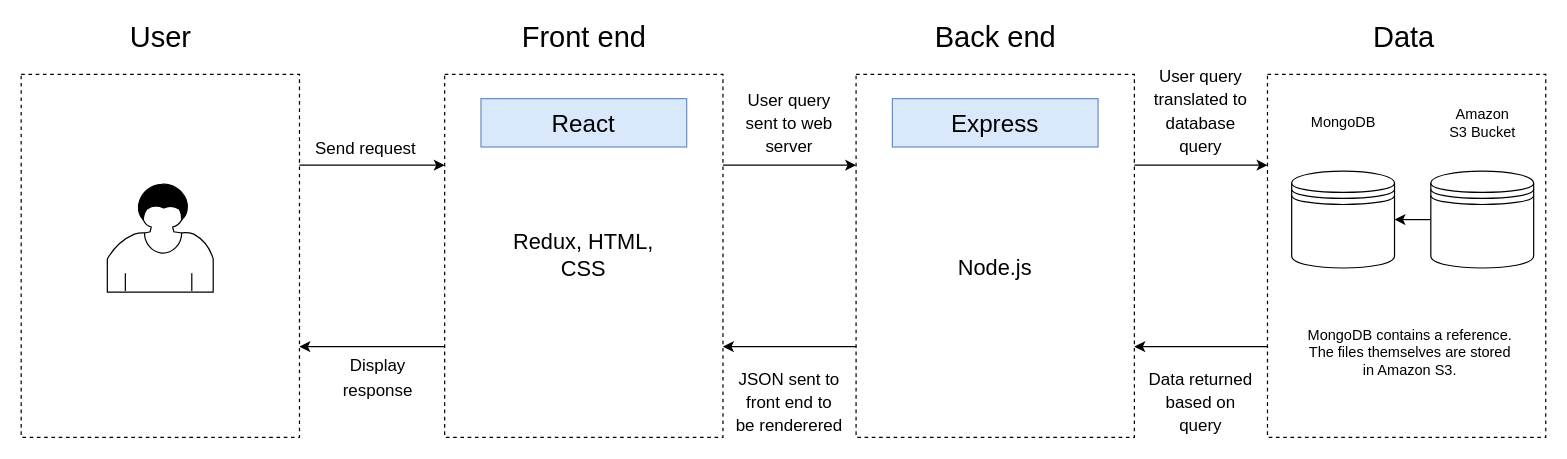
This is docs/MERN Application Architecture.drawio from Mark-Ball/T3A2_PartA, a draw.io file, before an edit. Source tidied: cells renumbered, new cells numbered last; positions are measured from the earlier drawing's top-left corner, leaving out a move shared by most shapes. Both pictures are drawn from the tidied source at 121%, with x=0, y=0 at pixel (21, 25).
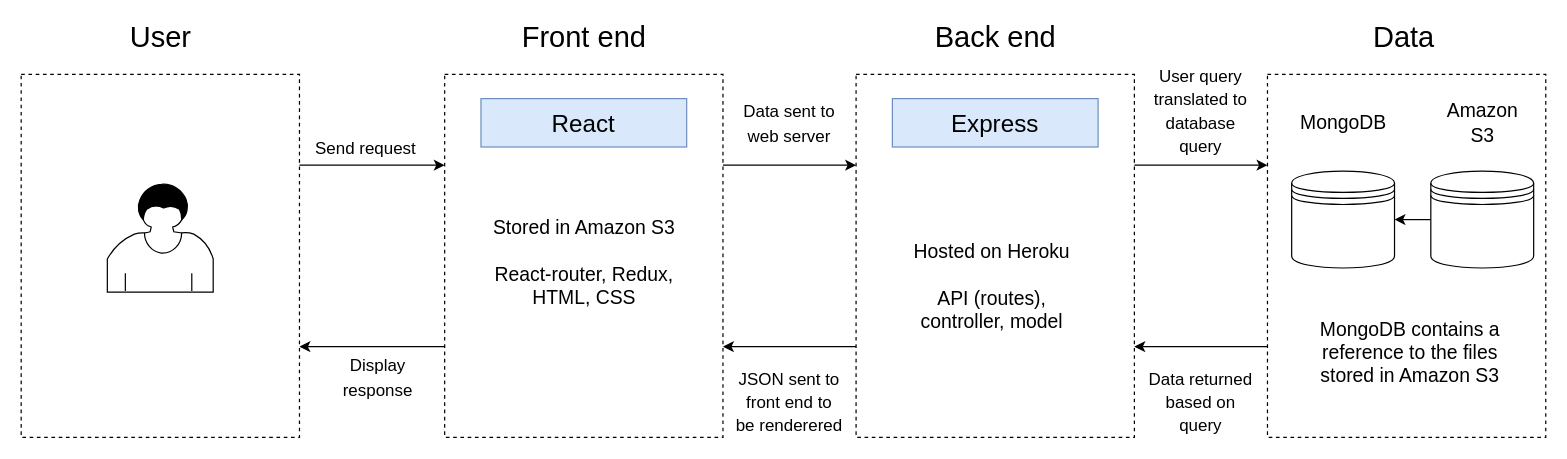
The same page after the edit.

Commit message (it also covers changes not shown here):
included high level components in the application architecture diagram

Diff of the diagram source:
```diff
@@
-    <mxCell id="4" value="MongoDB" style="text;html=1;strokeColor=none;fillColor=none;align=center;verticalAlign=middle;whiteSpace=wrap;rounded=0;" parent="1" vertex="1">
+    <mxCell id="4" value="MongoDB" style="text;html=1;strokeColor=none;fillColor=none;align=center;verticalAlign=middle;whiteSpace=wrap;rounded=0;fontSize=16;" parent="1" vertex="1">
       <mxGeometry x="1062.5" y="70" width="60" height="20" as="geometry" />
     </mxCell>
@@
-    <mxCell id="9" value="Amazon S3 Bucket" style="text;html=1;strokeColor=none;fillColor=none;align=center;verticalAlign=middle;whiteSpace=wrap;rounded=0;" parent="1" vertex="1">
+    <mxCell id="9" value="Amazon S3" style="text;html=1;strokeColor=none;fillColor=none;align=center;verticalAlign=middle;whiteSpace=wrap;rounded=0;fontSize=16;" parent="1" vertex="1">
       <mxGeometry x="1177.5" y="70" width="60" height="20" as="geometry" />
     </mxCell>
@@
-    <mxCell id="11" value="MongoDB contains a reference. The files themselves are stored in Amazon S3." style="text;html=1;strokeColor=none;fillColor=none;align=center;verticalAlign=middle;whiteSpace=wrap;rounded=0;" parent="1" vertex="1">
+    <mxCell id="11" value="MongoDB contains a reference to the files stored in Amazon S3" style="text;html=1;strokeColor=none;fillColor=none;align=center;verticalAlign=middle;whiteSpace=wrap;rounded=0;fontSize=16;" parent="1" vertex="1">
       <mxGeometry x="1057.5" y="240" width="180" height="60" as="geometry" />
     </mxCell>
@@
-    <mxCell id="24" value="Redux, HTML, CSS" style="text;html=1;strokeColor=none;fillColor=none;align=center;verticalAlign=middle;whiteSpace=wrap;rounded=0;fontSize=18;" parent="1" vertex="1">
-      <mxGeometry x="385" y="150" width="160" height="80" as="geometry" />
+    <mxCell id="24" value="Stored in Amazon S3&lt;br style=&quot;font-size: 16px&quot;&gt;&lt;br style=&quot;font-size: 16px&quot;&gt;React-router, Redux, HTML, CSS" style="text;html=1;strokeColor=none;fillColor=none;align=center;verticalAlign=middle;whiteSpace=wrap;rounded=0;fontSize=16;" parent="1" vertex="1">
+      <mxGeometry x="387.5" y="110" width="155" height="170" as="geometry" />
     </mxCell>
@@
-    <mxCell id="27" value="Node.js" style="text;html=1;strokeColor=none;fillColor=none;align=center;verticalAlign=middle;whiteSpace=wrap;rounded=0;fontSize=18;" parent="1" vertex="1">
-      <mxGeometry x="725" y="160" width="160" height="80" as="geometry" />
+    <mxCell id="27" value="Hosted on Heroku&lt;br style=&quot;font-size: 16px;&quot;&gt;&lt;br style=&quot;font-size: 16px;&quot;&gt;API (routes), controller, model" style="text;html=1;strokeColor=none;fillColor=none;align=center;verticalAlign=middle;whiteSpace=wrap;rounded=0;fontSize=16;" parent="1" vertex="1">
+      <mxGeometry x="725" y="140" width="155" height="150" as="geometry" />
     </mxCell>
-    <mxCell id="28" value="&lt;font style=&quot;font-size: 14px&quot;&gt;User query sent to web server&lt;/font&gt;" style="text;html=1;strokeColor=none;fillColor=none;align=center;verticalAlign=middle;whiteSpace=wrap;rounded=0;fontSize=16;" parent="1" vertex="1">
+    <mxCell id="28" value="&lt;font style=&quot;font-size: 14px&quot;&gt;Data sent to web server&lt;/font&gt;" style="text;html=1;strokeColor=none;fillColor=none;align=center;verticalAlign=middle;whiteSpace=wrap;rounded=0;fontSize=16;" parent="1" vertex="1">
       <mxGeometry x="590" y="50" width="90" height="60" as="geometry" />
     </mxCell>
```
